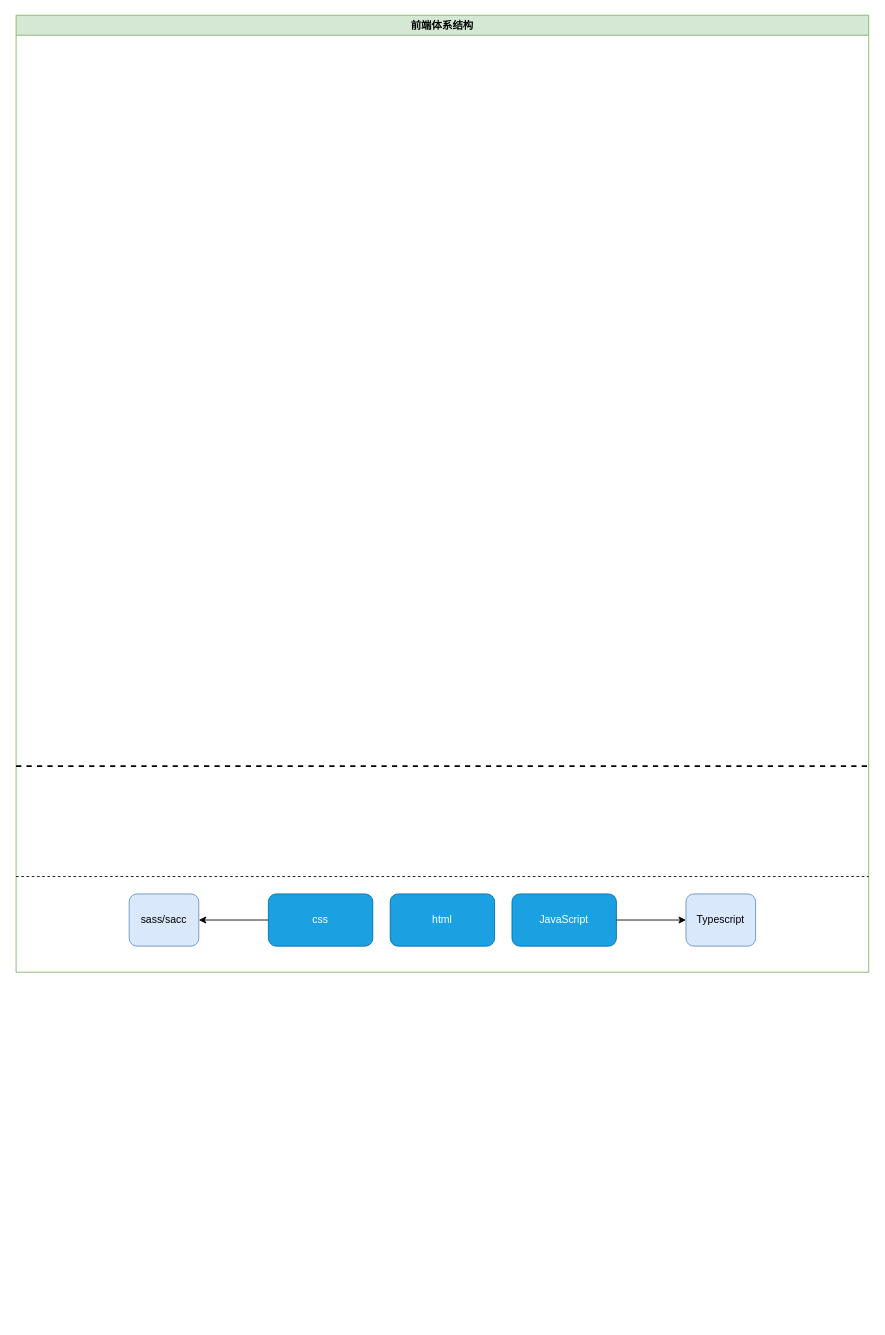
Above: docs/图表/前端体系结构.drawio in bbzywkq/bbzywkq (draw.io), before the change. Source tidied: cells renumbered, new cells numbered last; positions are measured from the earlier drawing's top-left corner, leaving out a move shared by most shapes. Both pictures are drawn from the tidied source at 87%, with x=0, y=0 at pixel (16, 15).
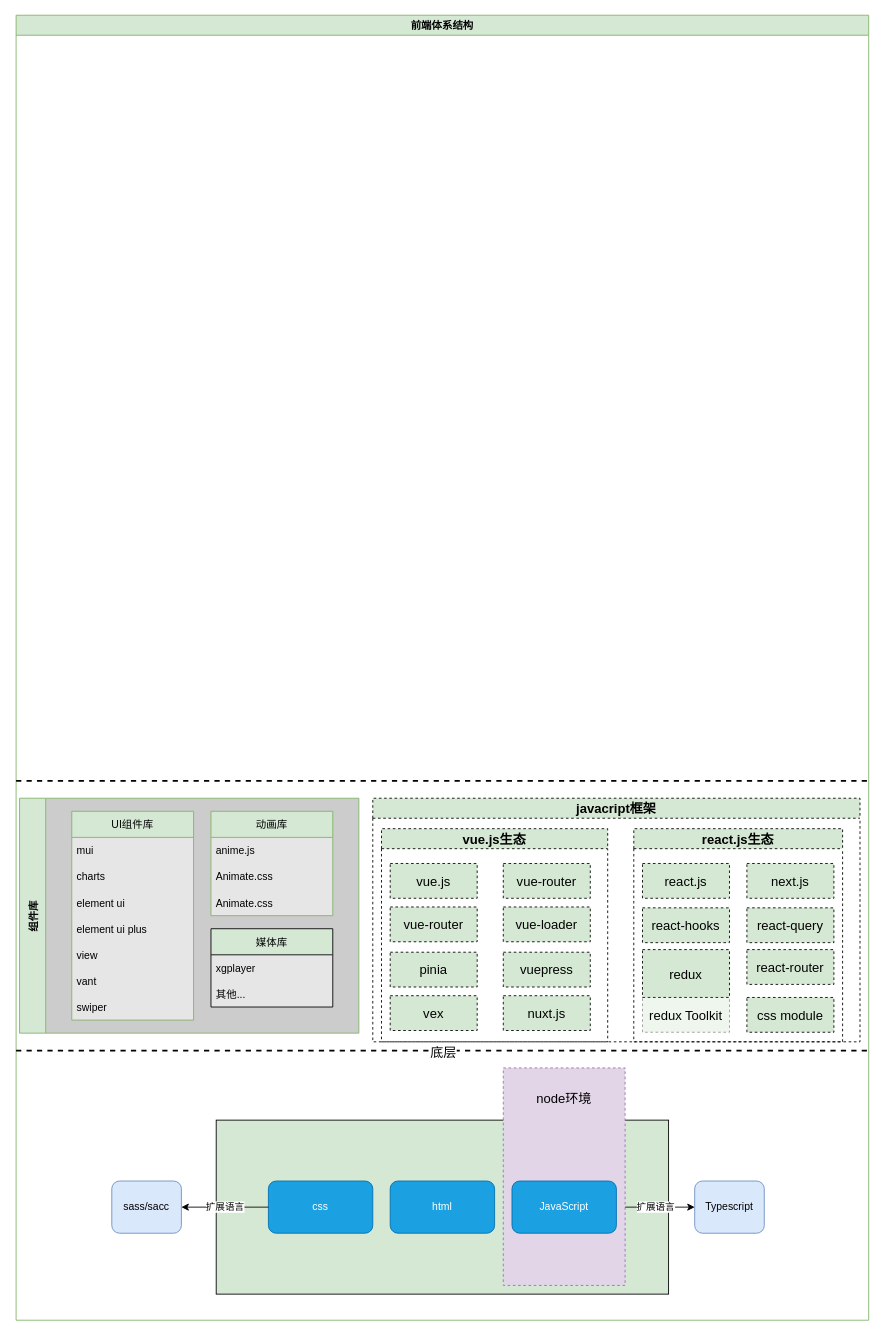
Above is the later version.

Commit message (it also covers changes not shown here):
更新前端体系结构.drawio

Change to the diagram source:
```diff
@@
-    <mxCell id="2" value="前端体系结构" style="swimlane;fillColor=#d5e8d4;strokeColor=#82b366;" parent="1" vertex="1">
-      <mxGeometry width="980" height="1100" as="geometry" />
+    <mxCell id="2" value="前端体系结构" style="swimlane;fillColor=#D5E8D4;strokeColor=#82b366;" parent="1" vertex="1">
+      <mxGeometry width="980" height="1500" as="geometry" />
     </mxCell>
+    <mxCell id="6" style="endArrow=none;dashed=1;html=1;rounded=0;strokeWidth=2;" parent="2" edge="1">
+      <mxGeometry relative="1" as="geometry">
+        <mxPoint y="1190" as="sourcePoint" />
+        <mxPoint x="980" y="1190" as="targetPoint" />
+      </mxGeometry>
+    </mxCell>
+    <mxCell id="12" value="&lt;font style=&quot;font-size: 15px;&quot;&gt;底层&lt;/font&gt;" style="edgeLabel;html=1;align=center;verticalAlign=middle;" parent="6" vertex="1">
+      <mxGeometry y="-1" relative="1" as="geometry" />
+    </mxCell>
+    <mxCell id="7" style="endArrow=none;dashed=1;html=1;strokeWidth=2;rounded=0;" parent="2" edge="1">
+      <mxGeometry relative="1" as="geometry">
+        <mxPoint y="880" as="sourcePoint" />
+        <mxPoint x="980" y="880" as="targetPoint" />
+      </mxGeometry>
+    </mxCell>
+    <mxCell id="13" value="组件库" style="swimlane;horizontal=0;fillColor=#d5e8d4;strokeColor=#82b366;swimlaneFillColor=#CCCCCC;startSize=30;" parent="2" vertex="1">
+      <mxGeometry x="4" y="900" width="390" height="270" as="geometry" />
+    </mxCell>
+    <mxCell id="14" value="UI组件库" style="swimlane;fontStyle=0;horizontal=1;startSize=30;fillColor=#d5e8d4;strokeColor=#82b366;gradientColor=none;swimlaneFillColor=#E6E6E6;" parent="13" vertex="1">
+      <mxGeometry x="60" y="15" width="140" height="240" as="geometry" />
+    </mxCell>
+    <mxCell id="15" value="mui" style="text;strokeColor=none;fillColor=none;align=left;verticalAlign=middle;spacingLeft=4;spacingRight=4;overflow=hidden;" parent="14" vertex="1">
+      <mxGeometry y="30" width="140" height="30" as="geometry" />
+    </mxCell>
+    <mxCell id="16" value="charts" style="text;strokeColor=none;fillColor=none;align=left;verticalAlign=middle;spacingLeft=4;spacingRight=4;overflow=hidden;" parent="14" vertex="1">
+      <mxGeometry y="60" width="140" height="30" as="geometry" />
+    </mxCell>
+    <mxCell id="17" value="element ui" style="text;strokeColor=none;fillColor=none;align=left;verticalAlign=middle;spacingLeft=4;spacingRight=4;overflow=hidden;" parent="14" vertex="1">
+      <mxGeometry y="90" width="140" height="30" as="geometry" />
+    </mxCell>
+    <mxCell id="18" value="element ui plus" style="text;strokeColor=none;fillColor=none;align=left;verticalAlign=middle;spacingLeft=4;spacingRight=4;overflow=hidden;" parent="14" vertex="1">
+      <mxGeometry y="120" width="140" height="30" as="geometry" />
+    </mxCell>
+    <mxCell id="19" value="view" style="text;strokeColor=none;fillColor=none;align=left;verticalAlign=middle;spacingLeft=4;spacingRight=4;overflow=hidden;" parent="14" vertex="1">
+      <mxGeometry y="150" width="140" height="30" as="geometry" />
+    </mxCell>
+    <mxCell id="20" value="vant" style="text;strokeColor=none;fillColor=none;align=left;verticalAlign=middle;spacingLeft=4;spacingRight=4;overflow=hidden;" parent="14" vertex="1">
+      <mxGeometry y="180" width="140" height="30" as="geometry" />
+    </mxCell>
+    <mxCell id="21" value="swiper" style="text;strokeColor=none;fillColor=none;align=left;verticalAlign=middle;spacingLeft=4;spacingRight=4;overflow=hidden;" parent="14" vertex="1">
+      <mxGeometry y="210" width="140" height="30" as="geometry" />
+    </mxCell>
+    <mxCell id="22" value="动画库" style="swimlane;fontStyle=0;horizontal=1;startSize=30;fillColor=#d5e8d4;strokeColor=#82b366;swimlaneFillColor=#E6E6E6;" parent="13" vertex="1">
+      <mxGeometry x="220" y="15" width="140" height="120" as="geometry" />
+    </mxCell>
+    <mxCell id="23" value="anime.js" style="text;strokeColor=none;fillColor=none;align=left;verticalAlign=middle;spacingLeft=4;spacingRight=4;overflow=hidden;fontStyle=0;" parent="22" vertex="1">
+      <mxGeometry y="30" width="140" height="30" as="geometry" />
+    </mxCell>
+    <mxCell id="24" value="Animate.css" style="text;strokeColor=none;fillColor=none;align=left;verticalAlign=middle;spacingLeft=4;spacingRight=4;overflow=hidden;" parent="22" vertex="1">
+      <mxGeometry y="60" width="140" height="30" as="geometry" />
+    </mxCell>
+    <mxCell id="25" value="Animate.css" style="text;strokeColor=none;fillColor=none;align=left;verticalAlign=middle;spacingLeft=4;spacingRight=4;overflow=hidden;" parent="22" vertex="1">
+      <mxGeometry y="90" width="140" height="30" as="geometry" />
+    </mxCell>
+    <mxCell id="26" value="媒体库" style="swimlane;fontStyle=0;horizontal=1;startSize=30;gradientColor=none;fillColor=#D5E8D4;swimlaneFillColor=#E6E6E6;" parent="13" vertex="1">
+      <mxGeometry x="220" y="150" width="140" height="90" as="geometry" />
+    </mxCell>
+    <mxCell id="27" value="xgplayer" style="text;strokeColor=none;fillColor=none;align=left;verticalAlign=middle;spacingLeft=4;spacingRight=4;overflow=hidden;" parent="26" vertex="1">
+      <mxGeometry y="30" width="140" height="30" as="geometry" />
+    </mxCell>
+    <mxCell id="28" value="其他..." style="text;strokeColor=none;fillColor=none;align=left;verticalAlign=middle;spacingLeft=4;spacingRight=4;overflow=hidden;" parent="26" vertex="1">
+      <mxGeometry y="60" width="140" height="30" as="geometry" />
+    </mxCell>
+    <mxCell id="29" style="rounded=0;whiteSpace=wrap;html=1;fillColor=#D5E8D4;gradientColor=none;" parent="2" vertex="1">
+      <mxGeometry x="230" y="1270" width="520" height="200" as="geometry" />
+    </mxCell>
     <mxCell id="3" value="css" style="rounded=1;whiteSpace=wrap;html=1;fillColor=#1ba1e2;strokeColor=#006EAF;fontColor=#ffffff;" parent="2" vertex="1">
-      <mxGeometry x="290" y="1010" width="120" height="60" as="geometry" />
+      <mxGeometry x="290" y="1340" width="120" height="60" as="geometry" />
     </mxCell>
     <mxCell id="4" value="html" style="rounded=1;whiteSpace=wrap;html=1;fillColor=#1ba1e2;strokeColor=#006EAF;fontColor=#ffffff;" parent="2" vertex="1">
-      <mxGeometry x="430" y="1010" width="120" height="60" as="geometry" />
+      <mxGeometry x="430" y="1340" width="120" height="60" as="geometry" />
     </mxCell>
-    <mxCell id="5" value="JavaScript" style="rounded=1;whiteSpace=wrap;html=1;fillColor=#1ba1e2;strokeColor=#006EAF;fontColor=#ffffff;" parent="2" vertex="1">
-      <mxGeometry x="570" y="1010" width="120" height="60" as="geometry" />
-    </mxCell>
-    <mxCell id="6" style="endArrow=none;dashed=1;html=1;rounded=0;" parent="2" edge="1">
-      <mxGeometry relative="1" as="geometry">
-        <mxPoint y="990" as="sourcePoint" />
-        <mxPoint x="980" y="990" as="targetPoint" />
-      </mxGeometry>
-    </mxCell>
-    <mxCell id="7" style="endArrow=none;dashed=1;html=1;strokeWidth=2;rounded=0;" parent="2" edge="1">
-      <mxGeometry relative="1" as="geometry">
-        <mxPoint y="863" as="sourcePoint" />
-        <mxPoint x="980" y="863" as="targetPoint" />
-      </mxGeometry>
-    </mxCell>
-    <mxCell id="8" value="sass/sacc" style="rounded=1;whiteSpace=wrap;html=1;fillColor=#dae8fc;strokeColor=#6c8ebf;" parent="1" vertex="1">
-      <mxGeometry x="130" y="1010" width="80" height="60" as="geometry" />
+    <mxCell id="8" value="sass/sacc" style="rounded=1;whiteSpace=wrap;html=1;fillColor=#dae8fc;strokeColor=#6c8ebf;" parent="2" vertex="1">
+      <mxGeometry x="110" y="1340" width="80" height="60" as="geometry" />
     </mxCell>
-    <mxCell id="9" style="edgeStyle=orthogonalEdgeStyle;rounded=0;jettySize=auto;html=1;" parent="1" edge="1" source="3" target="8">
+    <mxCell id="9" style="edgeStyle=orthogonalEdgeStyle;rounded=0;jettySize=auto;html=1;" parent="2" edge="1" source="3" target="8">
       <mxGeometry relative="1" as="geometry" />
     </mxCell>
+    <mxCell id="30" value="扩展语言" style="edgeLabel;html=1;align=center;verticalAlign=middle;" parent="9" vertex="1">
+      <mxGeometry x="0.02" y="-1" relative="1" as="geometry" />
+    </mxCell>
-    <mxCell id="10" value="Typescript" style="rounded=1;whiteSpace=wrap;html=1;fillColor=#dae8fc;strokeColor=#6c8ebf;" parent="1" vertex="1">
-      <mxGeometry x="770" y="1010" width="80" height="60" as="geometry" />
+    <mxCell id="10" value="Typescript" style="rounded=1;whiteSpace=wrap;html=1;fillColor=#dae8fc;strokeColor=#6c8ebf;" parent="2" vertex="1">
+      <mxGeometry x="780" y="1340" width="80" height="60" as="geometry" />
     </mxCell>
-    <mxCell id="11" style="edgeStyle=orthogonalEdgeStyle;rounded=0;jettySize=auto;html=1;" parent="1" edge="1" source="5" target="10">
+    <mxCell id="11" value="扩展语言" style="edgeStyle=orthogonalEdgeStyle;rounded=0;jettySize=auto;html=1;" parent="2" edge="1" source="5" target="10">
       <mxGeometry relative="1" as="geometry" />
     </mxCell>
+    <mxCell id="31" style="rounded=0;whiteSpace=wrap;html=1;fontSize=15;fillColor=#e1d5e7;strokeColor=#9673a6;dashed=1;" parent="2" vertex="1">
+      <mxGeometry x="560" y="1210" width="140" height="250" as="geometry" />
+    </mxCell>
+    <mxCell id="5" value="JavaScript" style="rounded=1;whiteSpace=wrap;html=1;fillColor=#1ba1e2;strokeColor=#006EAF;fontColor=#ffffff;" parent="2" vertex="1">
+      <mxGeometry x="570" y="1340" width="120" height="60" as="geometry" />
+    </mxCell>
+    <mxCell id="32" value="node环境" style="text;html=1;strokeColor=none;fillColor=none;align=center;verticalAlign=middle;whiteSpace=wrap;rounded=0;dashed=1;fontSize=15;" parent="2" vertex="1">
+      <mxGeometry x="590" y="1230" width="80" height="30" as="geometry" />
+    </mxCell>
+    <mxCell id="33" value="javacript框架" style="swimlane;dashed=1;fontSize=15;fillColor=#D5E8D4;gradientColor=none;" parent="2" vertex="1">
+      <mxGeometry x="410" y="900" width="560" height="280" as="geometry" />
+    </mxCell>
+    <mxCell id="34" value="vue.js生态" style="swimlane;dashed=1;fontSize=15;fillColor=#D5E8D4;gradientColor=none;" parent="33" vertex="1">
+      <mxGeometry x="10" y="35" width="260" height="245" as="geometry" />
+    </mxCell>
+    <mxCell id="35" value="vue.js" style="rounded=0;whiteSpace=wrap;html=1;dashed=1;fontSize=15;fillColor=#D5E8D4;gradientColor=none;" parent="34" vertex="1">
+      <mxGeometry x="10" y="40" width="100" height="40" as="geometry" />
+    </mxCell>
+    <mxCell id="36" value="vue-router" style="rounded=0;whiteSpace=wrap;html=1;dashed=1;fontSize=15;fillColor=#D5E8D4;gradientColor=none;" parent="34" vertex="1">
+      <mxGeometry x="10" y="90" width="100" height="40" as="geometry" />
+    </mxCell>
+    <mxCell id="37" value="pinia" style="rounded=0;whiteSpace=wrap;html=1;dashed=1;fontSize=15;fillColor=#D5E8D4;gradientColor=none;" parent="34" vertex="1">
+      <mxGeometry x="10" y="142" width="100" height="40" as="geometry" />
+    </mxCell>
+    <mxCell id="38" value="vex" style="rounded=0;whiteSpace=wrap;html=1;dashed=1;fontSize=15;fillColor=#D5E8D4;gradientColor=none;" parent="34" vertex="1">
+      <mxGeometry x="10" y="192" width="100" height="40" as="geometry" />
+    </mxCell>
+    <mxCell id="39" value="vue-router" style="rounded=0;whiteSpace=wrap;html=1;dashed=1;fontSize=15;fillColor=#D5E8D4;gradientColor=none;" parent="34" vertex="1">
+      <mxGeometry x="140" y="40" width="100" height="40" as="geometry" />
+    </mxCell>
+    <mxCell id="40" value="vue-loader" style="rounded=0;whiteSpace=wrap;html=1;dashed=1;fontSize=15;fillColor=#D5E8D4;gradientColor=none;" parent="34" vertex="1">
+      <mxGeometry x="140" y="90" width="100" height="40" as="geometry" />
+    </mxCell>
+    <mxCell id="41" value="vuepress" style="rounded=0;whiteSpace=wrap;html=1;dashed=1;fontSize=15;fillColor=#D5E8D4;gradientColor=none;" parent="34" vertex="1">
+      <mxGeometry x="140" y="142" width="100" height="40" as="geometry" />
+    </mxCell>
+    <mxCell id="42" value="nuxt.js" style="rounded=0;whiteSpace=wrap;html=1;dashed=1;fontSize=15;fillColor=#D5E8D4;gradientColor=none;" parent="34" vertex="1">
+      <mxGeometry x="140" y="192" width="100" height="40" as="geometry" />
+    </mxCell>
+    <mxCell id="43" value="react.js生态" style="swimlane;dashed=1;fontSize=15;fillColor=#D5E8D4;gradientColor=none;" parent="33" vertex="1">
+      <mxGeometry x="300" y="35" width="240" height="245" as="geometry" />
+    </mxCell>
+    <mxCell id="44" value="react.js" style="rounded=0;whiteSpace=wrap;html=1;dashed=1;fontSize=15;fillColor=#D5E8D4;gradientColor=none;" parent="43" vertex="1">
+      <mxGeometry x="10" y="40" width="100" height="40" as="geometry" />
+    </mxCell>
+    <mxCell id="45" value="next.js" style="rounded=0;whiteSpace=wrap;html=1;dashed=1;fontSize=15;fillColor=#D5E8D4;gradientColor=none;" parent="43" vertex="1">
+      <mxGeometry x="130" y="40" width="100" height="40" as="geometry" />
+    </mxCell>
+    <mxCell id="46" value="react-hooks" style="rounded=0;whiteSpace=wrap;html=1;dashed=1;fontSize=15;fillColor=#D5E8D4;gradientColor=none;" parent="43" vertex="1">
+      <mxGeometry x="10" y="91" width="100" height="40" as="geometry" />
+    </mxCell>
+    <mxCell id="47" value="redux" style="rounded=0;whiteSpace=wrap;html=1;dashed=1;fontSize=15;fillColor=#D5E8D4;gradientColor=none;" parent="43" vertex="1">
+      <mxGeometry x="10" y="139" width="100" height="55" as="geometry" />
+    </mxCell>
+    <mxCell id="48" value="redux Toolkit" style="rounded=0;whiteSpace=wrap;html=1;dashed=1;fontSize=15;fillColor=#D5E8D4;gradientColor=none;opacity=40;" parent="43" vertex="1">
+      <mxGeometry x="10" y="194" width="100" height="40" as="geometry" />
+    </mxCell>
+    <mxCell id="49" value="react-query" style="rounded=0;whiteSpace=wrap;html=1;dashed=1;fontSize=15;fillColor=#D5E8D4;gradientColor=none;" parent="43" vertex="1">
+      <mxGeometry x="130" y="91" width="100" height="40" as="geometry" />
+    </mxCell>
+    <mxCell id="50" value="react-router" style="rounded=0;whiteSpace=wrap;html=1;dashed=1;fontSize=15;fillColor=#D5E8D4;gradientColor=none;" parent="43" vertex="1">
+      <mxGeometry x="130" y="139" width="100" height="40" as="geometry" />
+    </mxCell>
+    <mxCell id="51" value="css module" style="rounded=0;whiteSpace=wrap;html=1;dashed=1;fontSize=15;fillColor=#D5E8D4;gradientColor=none;" parent="43" vertex="1">
+      <mxGeometry x="130" y="194" width="100" height="40" as="geometry" />
+    </mxCell>
```
